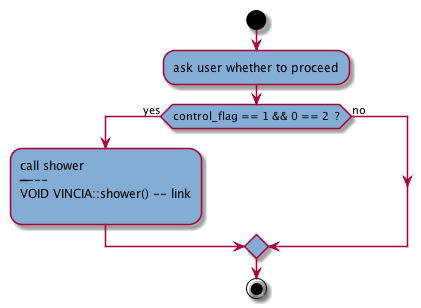
Before: flowdoc/aux_files/cFmain.png, a diagram exported from PlantUML (jlopezvi/Flowgen).
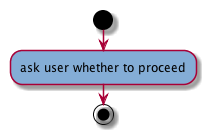
Above is the later version.

Diff of the diagram source:
```diff
@@ -1,14 +1,8 @@
 @startuml
 
 start
- skinparam activityBackgroundColor #84add6
+ skinparam activityBackgroundColor #white
 :#84add6:ask user whether to proceed;
-
-if (control_flag == 1 && 0 == 2  ?) then(yes)
-   :#84add6:call shower\n--------\nVOID VINCIA::shower() -- [[source1.html#cCVINCIAFshower link]]\n;
-else(no)
-endif
-
 
 stop
 
```
